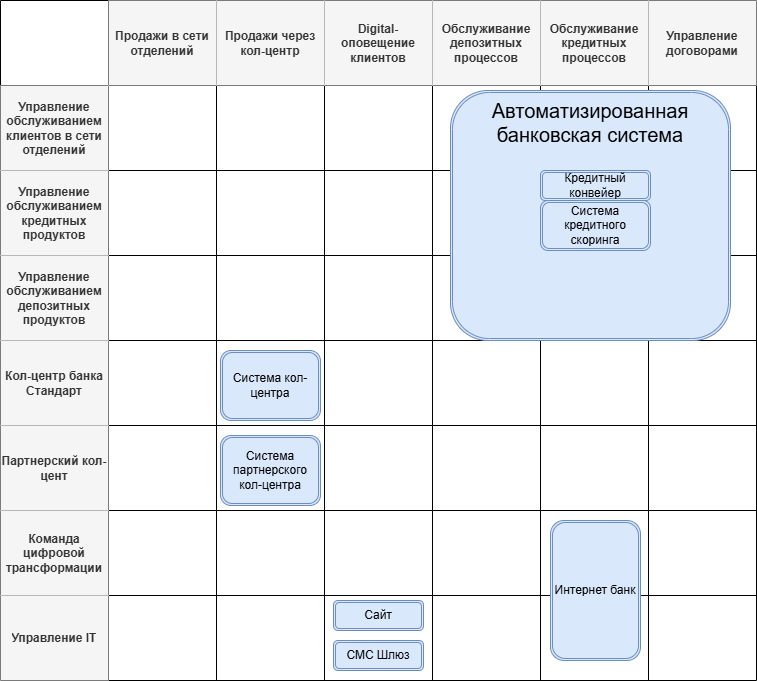
Before: Task1/IT Landscape map.png, a diagram exported from draw.io (vladimir-kulgun/architecture-pro-standart). Source tidied: cells renumbered, new cells last; positions are measured from the earlier drawing's top-left corner, leaving out a move shared by most shapes.
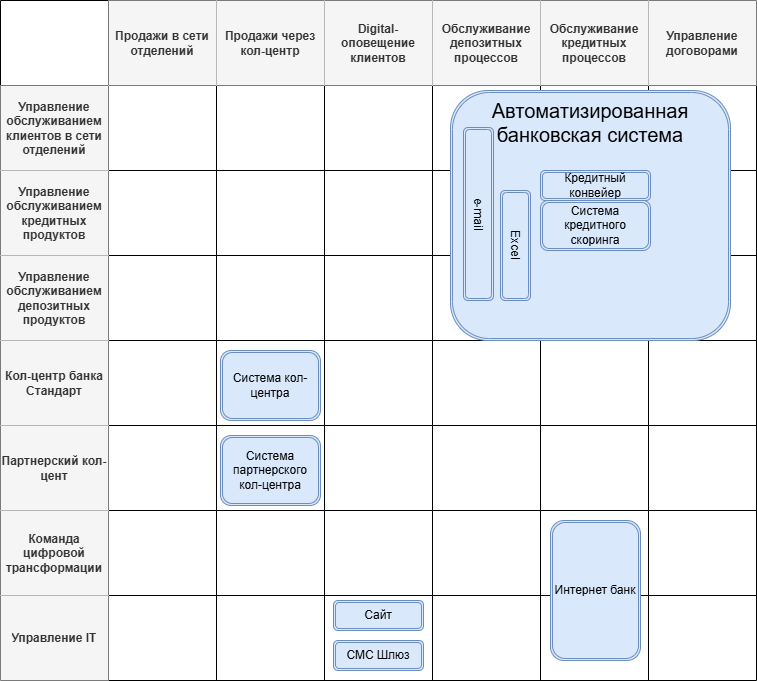
After the commit.

The edit, as a diff of the source:
```diff
@@ -221,5 +221,11 @@
     <mxCell id="74" value="Система кредитного скоринга" style="shape=ext;double=1;rounded=1;whiteSpace=wrap;html=1;fillColor=#dae8fc;strokeColor=#6c8ebf;" parent="1" vertex="1">
       <mxGeometry x="540" y="200" width="110" height="50" as="geometry" />
     </mxCell>
+    <mxCell id="75" value="e-mail" style="shape=ext;double=1;rounded=1;whiteSpace=wrap;html=1;fillColor=#dae8fc;strokeColor=#6c8ebf;rotation=90;" parent="1" vertex="1">
+      <mxGeometry x="391.5" y="198.5" width="173" height="30" as="geometry" />
+    </mxCell>
+    <mxCell id="76" value="Excel" style="shape=ext;double=1;rounded=1;whiteSpace=wrap;html=1;fillColor=#dae8fc;strokeColor=#6c8ebf;rotation=90;" parent="1" vertex="1">
+      <mxGeometry x="460" y="230" width="110" height="30" as="geometry" />
+    </mxCell>
   </root>
 </mxGraphModel>
```
